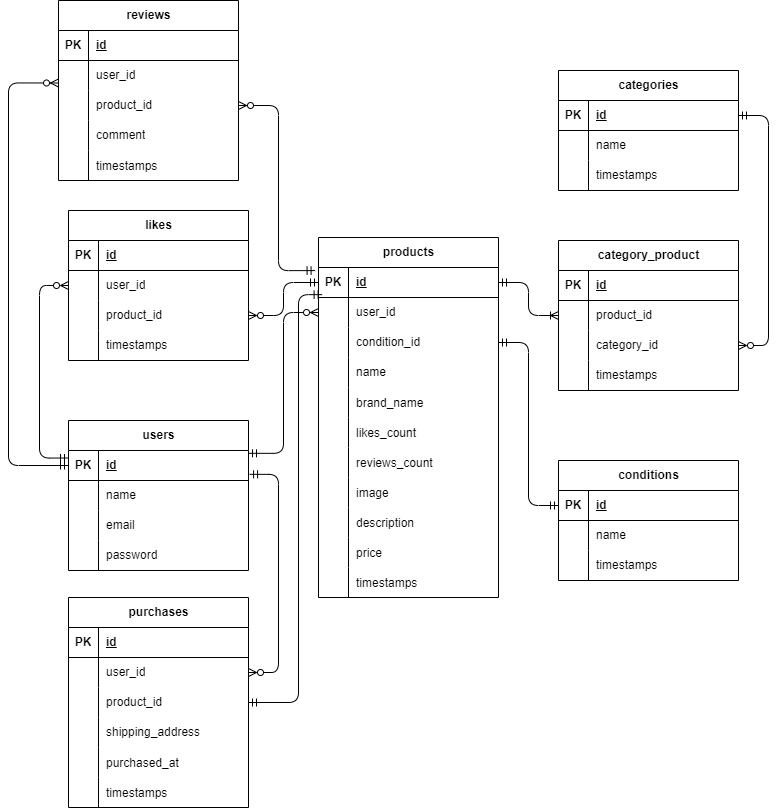
The draw.io diagram .drawio.png in akanainoue/free-market__app, before a commit. Source tidied: cells renumbered, new cells last; positions are measured from the earlier drawing's top-left corner, leaving out a move shared by most shapes.
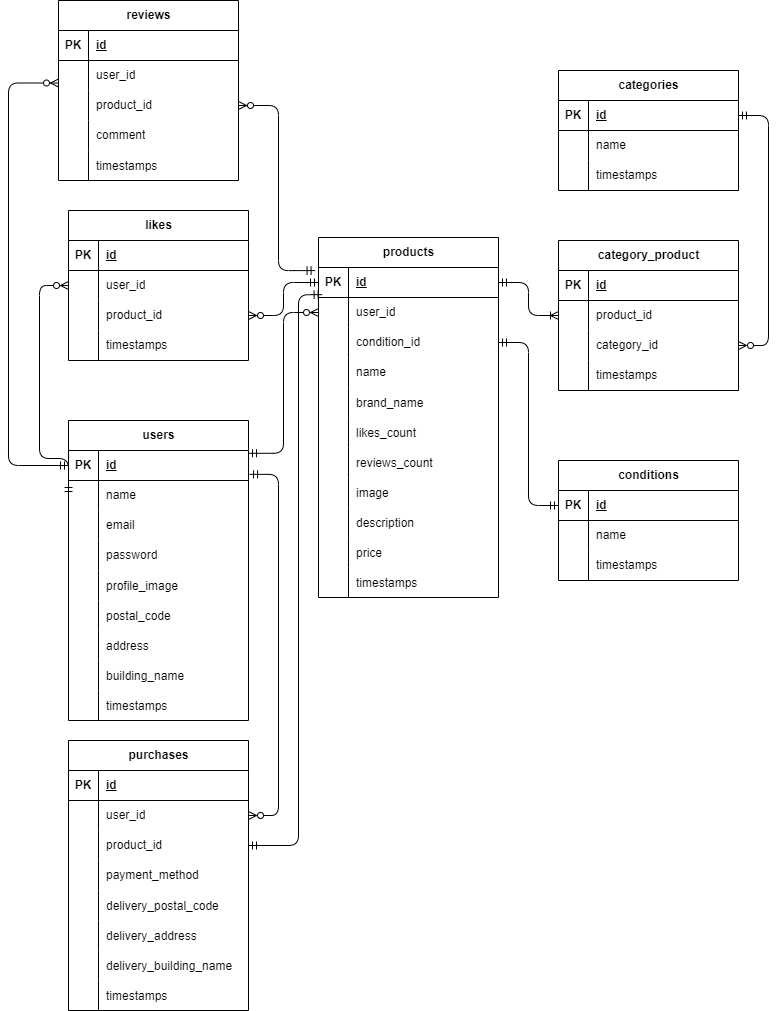
After the change.

Change to the diagram source:
```diff
@@ -3,7 +3,7 @@
     <mxCell id="0" />
     <mxCell id="1" parent="0" />
     <mxCell id="2" value="users" style="shape=table;startSize=30;rowLines=0;fontStyle=1;align=center;html=1;" parent="1" vertex="1">
-      <mxGeometry x="60" y="420" width="180" height="150" as="geometry" />
+      <mxGeometry x="60" y="420" width="180" height="300" as="geometry" />
     </mxCell>
     <mxCell id="3" style="shape=tableRow;horizontal=0;startSize=0;swimlaneHead=0;swimlaneBody=0;fillColor=none;points=[[0,0.5],[1,0.5]];portConstraint=eastwest;top=0;left=0;right=0;bottom=1;" parent="2" vertex="1">
       <mxGeometry y="30" width="180" height="30" as="geometry" />
@@ -41,6 +41,51 @@
     <mxCell id="14" value="password" style="shape=partialRectangle;fillColor=none;top=0;left=0;bottom=0;right=0;align=left;spacingLeft=6;overflow=hidden;whiteSpace=wrap;html=1;" parent="12" vertex="1">
       <mxGeometry x="30" width="150" height="30" as="geometry" />
     </mxCell>
+    <mxCell id="141" style="shape=tableRow;horizontal=0;startSize=0;swimlaneHead=0;swimlaneBody=0;fillColor=none;top=0;left=0;right=0;bottom=0;" parent="2" vertex="1">
+      <mxGeometry y="150" width="180" height="30" as="geometry" />
+    </mxCell>
+    <mxCell id="142" style="shape=partialRectangle;fillColor=none;top=0;left=0;bottom=0;right=0;overflow=hidden;" parent="141" vertex="1">
+      <mxGeometry width="30" height="30" as="geometry" />
+    </mxCell>
+    <mxCell id="143" value="profile_image" style="shape=partialRectangle;fillColor=none;top=0;left=0;bottom=0;right=0;align=left;spacingLeft=6;overflow=hidden;" parent="141" vertex="1">
+      <mxGeometry x="30" width="150" height="30" as="geometry" />
+    </mxCell>
+    <mxCell id="144" style="shape=tableRow;horizontal=0;startSize=0;swimlaneHead=0;swimlaneBody=0;fillColor=none;top=0;left=0;right=0;bottom=0;" parent="2" vertex="1">
+      <mxGeometry y="180" width="180" height="30" as="geometry" />
+    </mxCell>
+    <mxCell id="145" style="shape=partialRectangle;fillColor=none;top=0;left=0;bottom=0;right=0;overflow=hidden;" parent="144" vertex="1">
+      <mxGeometry width="30" height="30" as="geometry" />
+    </mxCell>
+    <mxCell id="146" value="postal_code" style="shape=partialRectangle;fillColor=none;top=0;left=0;bottom=0;right=0;align=left;spacingLeft=6;overflow=hidden;" parent="144" vertex="1">
+      <mxGeometry x="30" width="150" height="30" as="geometry" />
+    </mxCell>
+    <mxCell id="147" style="shape=tableRow;horizontal=0;startSize=0;swimlaneHead=0;swimlaneBody=0;fillColor=none;top=0;left=0;right=0;bottom=0;" parent="2" vertex="1">
+      <mxGeometry y="210" width="180" height="30" as="geometry" />
+    </mxCell>
+    <mxCell id="148" style="shape=partialRectangle;fillColor=none;top=0;left=0;bottom=0;right=0;overflow=hidden;" parent="147" vertex="1">
+      <mxGeometry width="30" height="30" as="geometry" />
+    </mxCell>
+    <mxCell id="149" value="address" style="shape=partialRectangle;fillColor=none;top=0;left=0;bottom=0;right=0;align=left;spacingLeft=6;overflow=hidden;" parent="147" vertex="1">
+      <mxGeometry x="30" width="150" height="30" as="geometry" />
+    </mxCell>
+    <mxCell id="150" style="shape=tableRow;horizontal=0;startSize=0;swimlaneHead=0;swimlaneBody=0;fillColor=none;top=0;left=0;right=0;bottom=0;" parent="2" vertex="1">
+      <mxGeometry y="240" width="180" height="30" as="geometry" />
+    </mxCell>
+    <mxCell id="151" style="shape=partialRectangle;fillColor=none;top=0;left=0;bottom=0;right=0;overflow=hidden;" parent="150" vertex="1">
+      <mxGeometry width="30" height="30" as="geometry" />
+    </mxCell>
+    <mxCell id="152" value="building_name" style="shape=partialRectangle;fillColor=none;top=0;left=0;bottom=0;right=0;align=left;spacingLeft=6;overflow=hidden;" parent="150" vertex="1">
+      <mxGeometry x="30" width="150" height="30" as="geometry" />
+    </mxCell>
+    <mxCell id="153" style="shape=tableRow;horizontal=0;startSize=0;swimlaneHead=0;swimlaneBody=0;fillColor=none;top=0;left=0;right=0;bottom=0;" parent="2" vertex="1">
+      <mxGeometry y="270" width="180" height="30" as="geometry" />
+    </mxCell>
+    <mxCell id="154" style="shape=partialRectangle;fillColor=none;top=0;left=0;bottom=0;right=0;overflow=hidden;" parent="153" vertex="1">
+      <mxGeometry width="30" height="30" as="geometry" />
+    </mxCell>
+    <mxCell id="155" value="timestamps" style="shape=partialRectangle;fillColor=none;top=0;left=0;bottom=0;right=0;align=left;spacingLeft=6;overflow=hidden;" parent="153" vertex="1">
+      <mxGeometry x="30" width="150" height="30" as="geometry" />
+    </mxCell>
     <mxCell id="15" value="likes" style="shape=table;startSize=30;rowLines=0;fontStyle=1;align=center;html=1;" parent="1" vertex="1">
       <mxGeometry x="60" y="210" width="180" height="150" as="geometry" />
     </mxCell>
@@ -330,7 +375,7 @@
       <mxGeometry x="30" width="150" height="30" as="geometry" />
     </mxCell>
     <mxCell id="111" value="purchases" style="shape=table;startSize=30;rowLines=0;fontStyle=1;align=center;html=1;" parent="1" vertex="1">
-      <mxGeometry x="60" y="597" width="180" height="210" as="geometry" />
+      <mxGeometry x="60" y="740" width="180" height="270" as="geometry" />
     </mxCell>
     <mxCell id="112" style="shape=tableRow;horizontal=0;startSize=0;swimlaneHead=0;swimlaneBody=0;fillColor=none;top=0;left=0;right=0;bottom=1;" parent="111" vertex="1">
       <mxGeometry y="30" width="180" height="30" as="geometry" />
@@ -365,7 +410,7 @@
     <mxCell id="122" style="shape=partialRectangle;fillColor=none;top=0;left=0;bottom=0;right=0;overflow=hidden;whiteSpace=wrap;html=1;" parent="121" vertex="1">
       <mxGeometry width="30" height="30" as="geometry" />
     </mxCell>
-    <mxCell id="123" value="shipping_address" style="shape=partialRectangle;fillColor=none;top=0;left=0;bottom=0;right=0;align=left;spacingLeft=6;overflow=hidden;whiteSpace=wrap;html=1;" parent="121" vertex="1">
+    <mxCell id="123" value="payment_method" style="shape=partialRectangle;fillColor=none;top=0;left=0;bottom=0;right=0;align=left;spacingLeft=6;overflow=hidden;whiteSpace=wrap;html=1;" parent="121" vertex="1">
       <mxGeometry x="30" width="150" height="30" as="geometry" />
     </mxCell>
     <mxCell id="124" style="shape=tableRow;horizontal=0;startSize=0;swimlaneHead=0;swimlaneBody=0;fillColor=none;top=0;left=0;right=0;bottom=0;" parent="111" vertex="1">
@@ -374,11 +419,29 @@
     <mxCell id="125" style="shape=partialRectangle;fillColor=none;top=0;left=0;bottom=0;right=0;overflow=hidden;" parent="124" vertex="1">
       <mxGeometry width="30" height="30" as="geometry" />
     </mxCell>
-    <mxCell id="126" value="purchased_at" style="shape=partialRectangle;fillColor=none;top=0;left=0;bottom=0;right=0;align=left;spacingLeft=6;overflow=hidden;" parent="124" vertex="1">
+    <mxCell id="126" value="delivery_postal_code" style="shape=partialRectangle;fillColor=none;top=0;left=0;bottom=0;right=0;align=left;spacingLeft=6;overflow=hidden;" parent="124" vertex="1">
       <mxGeometry x="30" width="150" height="30" as="geometry" />
     </mxCell>
+    <mxCell id="156" style="shape=tableRow;horizontal=0;startSize=0;swimlaneHead=0;swimlaneBody=0;fillColor=none;top=0;left=0;right=0;bottom=0;" parent="111" vertex="1">
+      <mxGeometry y="180" width="180" height="30" as="geometry" />
+    </mxCell>
+    <mxCell id="157" style="shape=partialRectangle;fillColor=none;top=0;left=0;bottom=0;right=0;overflow=hidden;" parent="156" vertex="1">
+      <mxGeometry width="30" height="30" as="geometry" />
+    </mxCell>
+    <mxCell id="158" value="delivery_address" style="shape=partialRectangle;fillColor=none;top=0;left=0;bottom=0;right=0;align=left;spacingLeft=6;overflow=hidden;" parent="156" vertex="1">
+      <mxGeometry x="30" width="150" height="30" as="geometry" />
+    </mxCell>
+    <mxCell id="159" style="shape=tableRow;horizontal=0;startSize=0;swimlaneHead=0;swimlaneBody=0;fillColor=none;top=0;left=0;right=0;bottom=0;" parent="111" vertex="1">
+      <mxGeometry y="210" width="180" height="30" as="geometry" />
+    </mxCell>
+    <mxCell id="160" style="shape=partialRectangle;fillColor=none;top=0;left=0;bottom=0;right=0;overflow=hidden;" parent="159" vertex="1">
+      <mxGeometry width="30" height="30" as="geometry" />
+    </mxCell>
+    <mxCell id="161" value="delivery_building_name" style="shape=partialRectangle;fillColor=none;top=0;left=0;bottom=0;right=0;align=left;spacingLeft=6;overflow=hidden;" parent="159" vertex="1">
+      <mxGeometry x="30" width="150" height="30" as="geometry" />
+    </mxCell>
     <mxCell id="127" style="shape=tableRow;horizontal=0;startSize=0;swimlaneHead=0;swimlaneBody=0;fillColor=none;top=0;left=0;right=0;bottom=0;" parent="111" vertex="1">
-      <mxGeometry y="180" width="180" height="30" as="geometry" />
+      <mxGeometry y="240" width="180" height="30" as="geometry" />
     </mxCell>
     <mxCell id="128" style="shape=partialRectangle;fillColor=none;top=0;left=0;bottom=0;right=0;overflow=hidden;" parent="127" vertex="1">
       <mxGeometry width="30" height="30" as="geometry" />
@@ -432,7 +495,7 @@
     <mxCell id="139" style="fontSize=12;html=1;endArrow=ERmandOne;startArrow=ERzeroToMany;entryX=1.006;entryY=0.795;entryDx=0;entryDy=0;exitX=1;exitY=0.5;exitDx=0;exitDy=0;edgeStyle=orthogonalEdgeStyle;startFill=0;endFill=0;entryPerimeter=0;" parent="1" edge="1" source="115" target="3">
       <mxGeometry relative="1" as="geometry">
         <Array as="points">
-          <mxPoint x="270" y="672" />
+          <mxPoint x="270" y="815" />
           <mxPoint x="270" y="474" />
         </Array>
       </mxGeometry>
@@ -440,7 +503,7 @@
     <mxCell id="140" style="edgeStyle=orthogonalEdgeStyle;fontSize=12;html=1;endArrow=ERmandOne;startArrow=ERmandOne;exitX=1;exitY=0.5;exitDx=0;exitDy=0;entryX=0.02;entryY=0.905;entryDx=0;entryDy=0;entryPerimeter=0;" parent="1" edge="1" source="118" target="45">
       <mxGeometry relative="1" as="geometry">
         <Array as="points">
-          <mxPoint x="290" y="702" />
+          <mxPoint x="290" y="845" />
           <mxPoint x="290" y="294" />
         </Array>
       </mxGeometry>
```
